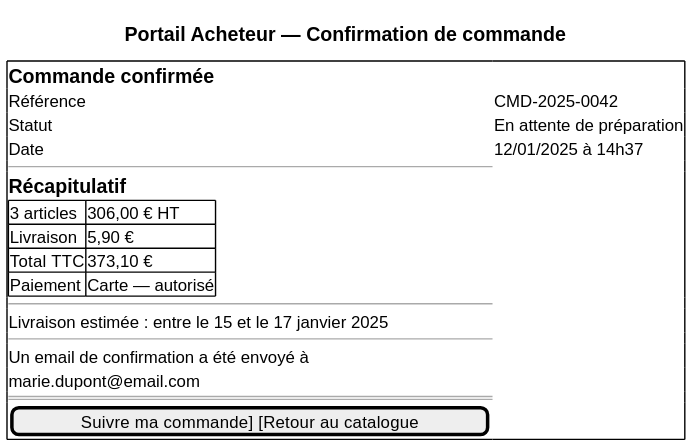
The PlantUML diagram architecture/04-physical-architecture/diagrams/ihm-pa-confirmation-commande.svg in louistalvande/online_shop, before a commit. Its diagram source:
```plantuml
@startsalt
title Portail Acheteur — Confirmation de commande

{+
  == Commande confirmée
  Référence      | CMD-2025-0042
  Statut         | En attente de préparation
  Date           | 12/01/2025 à 14h37
  --
  == Récapitulatif
  {#
    3 articles | 306,00 € HT
    Livraison  | 5,90 €
    Total TTC  | 373,10 €
    Paiement   | Carte — autorisé
  }
  --
  Livraison estimée : entre le 15 et le 17 janvier 2025
  --
  Un email de confirmation a été envoyé à
  marie.dupont@email.com
  ==
  [Suivre ma commande]   [Retour au catalogue]
}
@endsalt
```
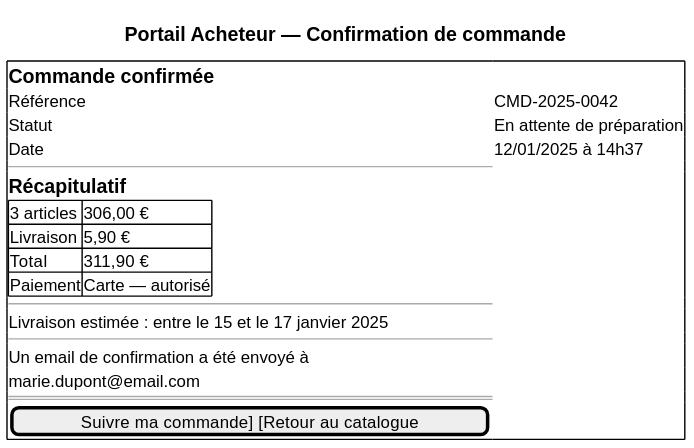
The same diagram one commit later.

What changed in the source:
```diff
@@ -9,9 +9,9 @@
   --
   == Récapitulatif
   {#
-    3 articles | 306,00 € HT
+    3 articles | 306,00 €
     Livraison  | 5,90 €
-    Total TTC  | 373,10 €
+    Total      | 311,90 €
     Paiement   | Carte — autorisé
   }
   --
```
